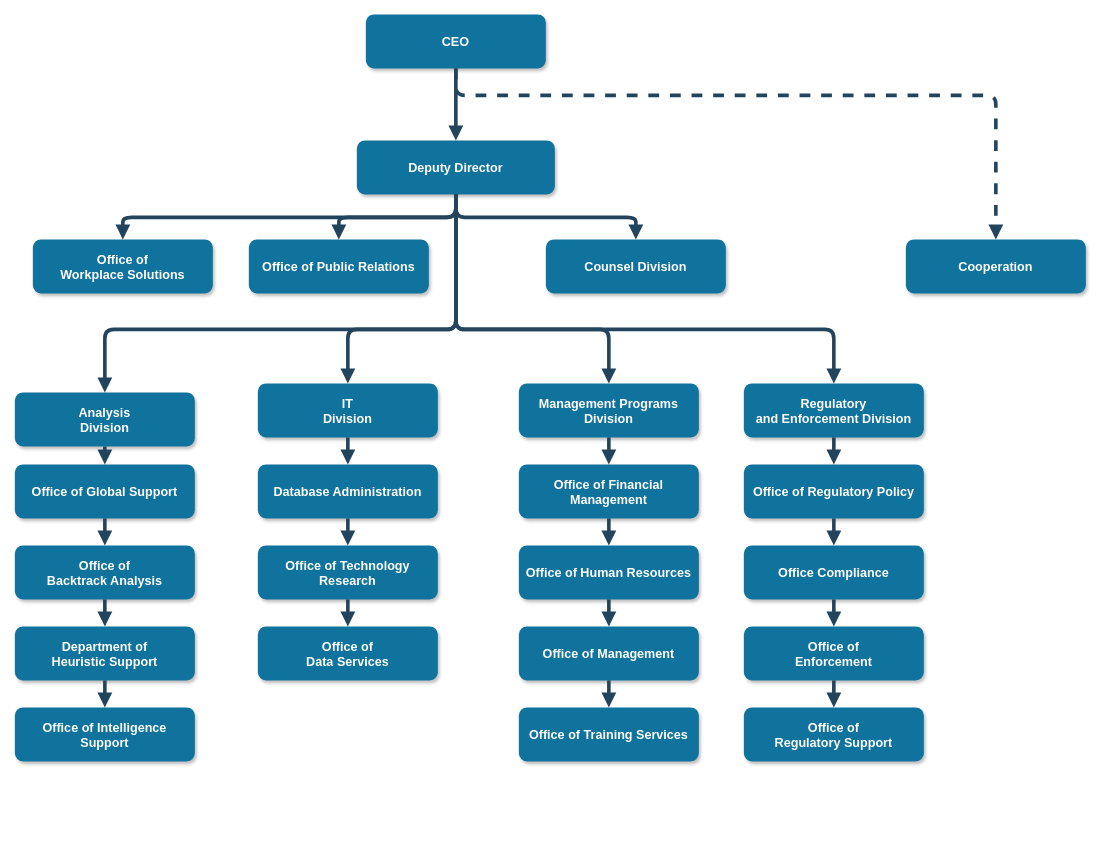
Earlier version of the draw.io diagram Untitled Diagram.drawio (practable/artwork-uoe). Source tidied: cells renumbered, new cells numbered last; positions are measured from the earlier drawing's top-left corner, leaving out a move shared by most shapes. Both pictures are drawn from the tidied source at 90%, with x=0, y=0 at pixel (14, 14).
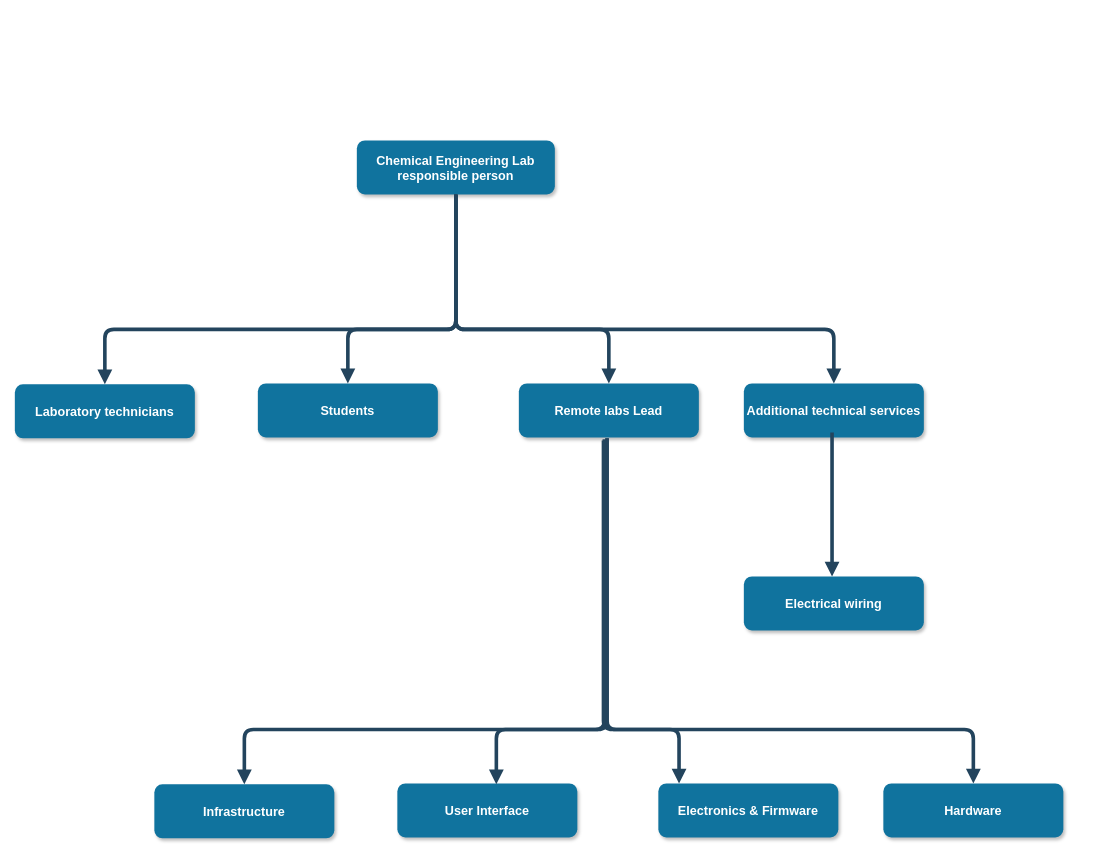
The same page after the edit.

What changed in the source:
```diff
@@
-    <mxCell id="2" value="CEO" style="rounded=1;fillColor=#10739E;strokeColor=none;shadow=1;gradientColor=none;fontStyle=1;fontColor=#FFFFFF;fontSize=14;" parent="1" vertex="1">
-      <mxGeometry x="390" y="-0.5" width="200" height="60" as="geometry" />
-    </mxCell>
-    <mxCell id="3" value="Deputy Director" style="rounded=1;fillColor=#10739E;strokeColor=none;shadow=1;gradientColor=none;fontStyle=1;fontColor=#FFFFFF;fontSize=14;" parent="1" vertex="1">
+    <mxCell id="3" value="Chemical Engineering Lab&#10;responsible person" style="rounded=1;fillColor=#10739E;strokeColor=none;shadow=1;gradientColor=none;fontStyle=1;fontColor=#FFFFFF;fontSize=14;" parent="1" vertex="1">
       <mxGeometry x="380" y="139.5" width="220" height="60" as="geometry" />
     </mxCell>
-    <mxCell id="4" value="Office of &#10;Workplace Solutions" style="rounded=1;fillColor=#10739E;strokeColor=none;shadow=1;gradientColor=none;fontStyle=1;fontColor=#FFFFFF;fontSize=14;" parent="1" vertex="1">
-      <mxGeometry x="20" y="249.5" width="200" height="60" as="geometry" />
-    </mxCell>
-    <mxCell id="5" value="Office of Public Relations" style="rounded=1;fillColor=#10739E;strokeColor=none;shadow=1;gradientColor=none;fontStyle=1;fontColor=#FFFFFF;fontSize=14;" parent="1" vertex="1">
-      <mxGeometry x="260" y="249.5" width="200" height="60" as="geometry" />
-    </mxCell>
-    <mxCell id="6" value="Counsel Division" style="rounded=1;fillColor=#10739E;strokeColor=none;shadow=1;gradientColor=none;fontStyle=1;fontColor=#FFFFFF;fontSize=14;" parent="1" vertex="1">
-      <mxGeometry x="590" y="249.5" width="200" height="60" as="geometry" />
-    </mxCell>
-    <mxCell id="7" value="Cooperation" style="rounded=1;fillColor=#10739E;strokeColor=none;shadow=1;gradientColor=none;fontStyle=1;fontColor=#FFFFFF;fontSize=14;" parent="1" vertex="1">
-      <mxGeometry x="990" y="249.5" width="200" height="60" as="geometry" />
-    </mxCell>
-    <mxCell id="8" value="Analysis &#10;Division" style="rounded=1;fillColor=#10739E;strokeColor=none;shadow=1;gradientColor=none;fontStyle=1;fontColor=#FFFFFF;fontSize=14;" parent="1" vertex="1">
-      <mxGeometry y="419.5" width="200" height="60" as="geometry" />
+    <mxCell id="8" value="Laboratory technicians" style="rounded=1;fillColor=#10739E;strokeColor=none;shadow=1;gradientColor=none;fontStyle=1;fontColor=#FFFFFF;fontSize=14;" parent="1" vertex="1">
+      <mxGeometry y="410.5" width="200" height="60" as="geometry" />
     </mxCell>
-    <mxCell id="9" value="Office of Global Support" style="rounded=1;fillColor=#10739E;strokeColor=none;shadow=1;gradientColor=none;fontStyle=1;fontColor=#FFFFFF;fontSize=14;" parent="1" vertex="1">
-      <mxGeometry y="499.5" width="200" height="60" as="geometry" />
-    </mxCell>
-    <mxCell id="10" value="Office of &#10;Backtrack Analysis" style="rounded=1;fillColor=#10739E;strokeColor=none;shadow=1;gradientColor=none;fontStyle=1;fontColor=#FFFFFF;fontSize=14;" parent="1" vertex="1">
-      <mxGeometry y="589.5" width="200" height="60" as="geometry" />
-    </mxCell>
-    <mxCell id="11" value="Department of &#10;Heuristic Support" style="rounded=1;fillColor=#10739E;strokeColor=none;shadow=1;gradientColor=none;fontStyle=1;fontColor=#FFFFFF;fontSize=14;" parent="1" vertex="1">
-      <mxGeometry y="679.5" width="200" height="60" as="geometry" />
-    </mxCell>
-    <mxCell id="12" value="Office of Intelligence &#10;Support" style="rounded=1;fillColor=#10739E;strokeColor=none;shadow=1;gradientColor=none;fontStyle=1;fontColor=#FFFFFF;fontSize=14;" parent="1" vertex="1">
-      <mxGeometry y="769.5" width="200" height="60" as="geometry" />
-    </mxCell>
-    <mxCell id="13" value="IT&#10;Division" style="rounded=1;fillColor=#10739E;strokeColor=none;shadow=1;gradientColor=none;fontStyle=1;fontColor=#FFFFFF;fontSize=14;" parent="1" vertex="1">
+    <mxCell id="13" value="Students" style="rounded=1;fillColor=#10739E;strokeColor=none;shadow=1;gradientColor=none;fontStyle=1;fontColor=#FFFFFF;fontSize=14;" parent="1" vertex="1">
       <mxGeometry x="270" y="409.5" width="200" height="60" as="geometry" />
     </mxCell>
-    <mxCell id="14" value="Database Administration" style="rounded=1;fillColor=#10739E;strokeColor=none;shadow=1;gradientColor=none;fontStyle=1;fontColor=#FFFFFF;fontSize=14;" parent="1" vertex="1">
-      <mxGeometry x="270" y="499.5" width="200" height="60" as="geometry" />
-    </mxCell>
-    <mxCell id="15" value="Office of Technology &#10;Research" style="rounded=1;fillColor=#10739E;strokeColor=none;shadow=1;gradientColor=none;fontStyle=1;fontColor=#FFFFFF;fontSize=14;" parent="1" vertex="1">
-      <mxGeometry x="270" y="589.5" width="200" height="60" as="geometry" />
-    </mxCell>
-    <mxCell id="16" value="Office of&#10;Data Services" style="rounded=1;fillColor=#10739E;strokeColor=none;shadow=1;gradientColor=none;fontStyle=1;fontColor=#FFFFFF;fontSize=14;" parent="1" vertex="1">
-      <mxGeometry x="270" y="679.5" width="200" height="60" as="geometry" />
-    </mxCell>
-    <mxCell id="17" value="Management Programs &#10;Division" style="rounded=1;fillColor=#10739E;strokeColor=none;shadow=1;gradientColor=none;fontStyle=1;fontColor=#FFFFFF;fontSize=14;" parent="1" vertex="1">
+    <mxCell id="17" value="Remote labs Lead" style="rounded=1;fillColor=#10739E;strokeColor=none;shadow=1;gradientColor=none;fontStyle=1;fontColor=#FFFFFF;fontSize=14;" parent="1" vertex="1">
       <mxGeometry x="560" y="409.5" width="200" height="60" as="geometry" />
     </mxCell>
-    <mxCell id="18" value="Office of Financial &#10;Management" style="rounded=1;fillColor=#10739E;strokeColor=none;shadow=1;gradientColor=none;fontStyle=1;fontColor=#FFFFFF;fontSize=14;" parent="1" vertex="1">
-      <mxGeometry x="560" y="499.5" width="200" height="60" as="geometry" />
-    </mxCell>
-    <mxCell id="19" value="Office of Human Resources" style="rounded=1;fillColor=#10739E;strokeColor=none;shadow=1;gradientColor=none;fontStyle=1;fontColor=#FFFFFF;fontSize=14;" parent="1" vertex="1">
-      <mxGeometry x="560" y="589.5" width="200" height="60" as="geometry" />
-    </mxCell>
-    <mxCell id="20" value="Office of Management " style="rounded=1;fillColor=#10739E;strokeColor=none;shadow=1;gradientColor=none;fontStyle=1;fontColor=#FFFFFF;fontSize=14;" parent="1" vertex="1">
-      <mxGeometry x="560" y="679.5" width="200" height="60" as="geometry" />
-    </mxCell>
-    <mxCell id="21" value="Office of Training Services" style="rounded=1;fillColor=#10739E;strokeColor=none;shadow=1;gradientColor=none;fontStyle=1;fontColor=#FFFFFF;fontSize=14;" parent="1" vertex="1">
-      <mxGeometry x="560" y="769.5" width="200" height="60" as="geometry" />
-    </mxCell>
-    <mxCell id="22" value="Regulatory &#10;and Enforcement Division" style="rounded=1;fillColor=#10739E;strokeColor=none;shadow=1;gradientColor=none;fontStyle=1;fontColor=#FFFFFF;fontSize=14;" parent="1" vertex="1">
+    <mxCell id="22" value="Additional technical services" style="rounded=1;fillColor=#10739E;strokeColor=none;shadow=1;gradientColor=none;fontStyle=1;fontColor=#FFFFFF;fontSize=14;" parent="1" vertex="1">
       <mxGeometry x="810" y="409.5" width="200" height="60" as="geometry" />
     </mxCell>
-    <mxCell id="23" value="Office of Regulatory Policy" style="rounded=1;fillColor=#10739E;strokeColor=none;shadow=1;gradientColor=none;fontStyle=1;fontColor=#FFFFFF;fontSize=14;" parent="1" vertex="1">
-      <mxGeometry x="810" y="499.5" width="200" height="60" as="geometry" />
-    </mxCell>
-    <mxCell id="24" value="Office Compliance" style="rounded=1;fillColor=#10739E;strokeColor=none;shadow=1;gradientColor=none;fontStyle=1;fontColor=#FFFFFF;fontSize=14;" parent="1" vertex="1">
-      <mxGeometry x="810" y="589.5" width="200" height="60" as="geometry" />
-    </mxCell>
-    <mxCell id="25" value="Office of &#10;Enforcement" style="rounded=1;fillColor=#10739E;strokeColor=none;shadow=1;gradientColor=none;fontStyle=1;fontColor=#FFFFFF;fontSize=14;" parent="1" vertex="1">
-      <mxGeometry x="810" y="679.5" width="200" height="60" as="geometry" />
-    </mxCell>
-    <mxCell id="26" value="Office of&#10; Regulatory Support" style="rounded=1;fillColor=#10739E;strokeColor=none;shadow=1;gradientColor=none;fontStyle=1;fontColor=#FFFFFF;fontSize=14;" parent="1" vertex="1">
-      <mxGeometry x="810" y="769.5" width="200" height="60" as="geometry" />
-    </mxCell>
-    <mxCell id="27" style="edgeStyle=elbowEdgeStyle;elbow=vertical;strokeWidth=4;endArrow=block;endFill=1;fontStyle=1;strokeColor=#23445D;" parent="1" edge="1" source="2" target="3">
-      <mxGeometry x="22" y="165.5" as="geometry" />
-    </mxCell>
-    <mxCell id="28" style="edgeStyle=elbowEdgeStyle;elbow=vertical;strokeWidth=4;endArrow=block;endFill=1;fontStyle=1;strokeColor=#23445D;" parent="1" edge="1" source="3" target="5">
-      <mxGeometry x="22" y="165.5" as="geometry" />
-    </mxCell>
-    <mxCell id="29" style="edgeStyle=elbowEdgeStyle;elbow=vertical;strokeWidth=4;endArrow=block;endFill=1;fontStyle=1;strokeColor=#23445D;" parent="1" edge="1" source="3" target="4">
-      <mxGeometry x="22" y="165.5" as="geometry" />
-    </mxCell>
-    <mxCell id="30" style="edgeStyle=elbowEdgeStyle;elbow=vertical;strokeWidth=4;endArrow=block;endFill=1;fontStyle=1;strokeColor=#23445D;" parent="1" edge="1" source="3" target="6">
-      <mxGeometry x="22" y="165.5" as="geometry" />
-    </mxCell>
-    <mxCell id="31" style="edgeStyle=elbowEdgeStyle;elbow=vertical;strokeWidth=4;endArrow=block;endFill=1;fontStyle=1;dashed=1;strokeColor=#23445D;" parent="1" edge="1" source="2" target="7">
-      <mxGeometry x="22" y="165.5" as="geometry">
-        <Array as="points">
-          <mxPoint x="780" y="89.5" />
-        </Array>
-      </mxGeometry>
-    </mxCell>
@@
-    <mxCell id="34" style="edgeStyle=elbowEdgeStyle;elbow=vertical;strokeWidth=4;endArrow=block;endFill=1;fontStyle=1;strokeColor=#23445D;" parent="1" edge="1" source="8" target="9">
-      <mxGeometry x="62" y="165.5" as="geometry" />
-    </mxCell>
-    <mxCell id="35" style="edgeStyle=elbowEdgeStyle;elbow=vertical;strokeWidth=4;endArrow=block;endFill=1;fontStyle=1;strokeColor=#23445D;" parent="1" edge="1" source="9" target="10">
-      <mxGeometry x="62" y="175.5" as="geometry" />
-    </mxCell>
-    <mxCell id="36" style="edgeStyle=elbowEdgeStyle;elbow=vertical;strokeWidth=4;endArrow=block;endFill=1;fontStyle=1;strokeColor=#23445D;" parent="1" edge="1" source="10" target="11">
-      <mxGeometry x="62" y="185.5" as="geometry" />
-    </mxCell>
-    <mxCell id="37" style="edgeStyle=elbowEdgeStyle;elbow=vertical;strokeWidth=4;endArrow=block;endFill=1;fontStyle=1;strokeColor=#23445D;" parent="1" edge="1" source="11" target="12">
-      <mxGeometry x="62" y="195.5" as="geometry" />
-    </mxCell>
-    <mxCell id="38" style="edgeStyle=elbowEdgeStyle;elbow=vertical;strokeWidth=4;endArrow=block;endFill=1;fontStyle=1;strokeColor=#23445D;" parent="1" edge="1" source="13" target="14">
-      <mxGeometry x="62" y="165.5" as="geometry" />
-    </mxCell>
-    <mxCell id="39" style="edgeStyle=elbowEdgeStyle;elbow=vertical;strokeWidth=4;endArrow=block;endFill=1;fontStyle=1;strokeColor=#23445D;" parent="1" edge="1" source="14" target="15">
-      <mxGeometry x="62" y="175.5" as="geometry" />
-    </mxCell>
-    <mxCell id="40" style="edgeStyle=elbowEdgeStyle;elbow=vertical;strokeWidth=4;endArrow=block;endFill=1;fontStyle=1;strokeColor=#23445D;" parent="1" edge="1" source="15" target="16">
-      <mxGeometry x="62" y="185.5" as="geometry" />
-    </mxCell>
-    <mxCell id="41" style="edgeStyle=elbowEdgeStyle;elbow=vertical;strokeWidth=4;endArrow=block;endFill=1;fontStyle=1;strokeColor=#23445D;" parent="1" edge="1" source="17" target="18">
-      <mxGeometry x="72" y="165.5" as="geometry" />
-    </mxCell>
-    <mxCell id="42" style="edgeStyle=elbowEdgeStyle;elbow=vertical;strokeWidth=4;endArrow=block;endFill=1;fontStyle=1;strokeColor=#23445D;" parent="1" edge="1" source="18" target="19">
-      <mxGeometry x="72" y="175.5" as="geometry" />
-    </mxCell>
-    <mxCell id="43" style="edgeStyle=elbowEdgeStyle;elbow=vertical;strokeWidth=4;endArrow=block;endFill=1;fontStyle=1;strokeColor=#23445D;" parent="1" edge="1" source="19" target="20">
-      <mxGeometry x="72" y="185.5" as="geometry" />
-    </mxCell>
-    <mxCell id="44" style="edgeStyle=elbowEdgeStyle;elbow=vertical;strokeWidth=4;endArrow=block;endFill=1;fontStyle=1;strokeColor=#23445D;" parent="1" edge="1" source="20" target="21">
-      <mxGeometry x="72" y="195.5" as="geometry" />
-    </mxCell>
-    <mxCell id="45" style="edgeStyle=elbowEdgeStyle;elbow=vertical;strokeWidth=4;endArrow=block;endFill=1;fontStyle=1;strokeColor=#23445D;" parent="1" edge="1" source="22" target="23">
-      <mxGeometry x="72" y="165.5" as="geometry" />
-    </mxCell>
-    <mxCell id="46" style="edgeStyle=elbowEdgeStyle;elbow=vertical;strokeWidth=4;endArrow=block;endFill=1;fontStyle=1;strokeColor=#23445D;" parent="1" edge="1" source="23" target="24">
-      <mxGeometry x="72" y="175.5" as="geometry" />
-    </mxCell>
-    <mxCell id="47" style="edgeStyle=elbowEdgeStyle;elbow=vertical;strokeWidth=4;endArrow=block;endFill=1;fontStyle=1;strokeColor=#23445D;" parent="1" edge="1" source="24" target="25">
-      <mxGeometry x="72" y="185.5" as="geometry" />
-    </mxCell>
-    <mxCell id="48" style="edgeStyle=elbowEdgeStyle;elbow=vertical;strokeWidth=4;endArrow=block;endFill=1;fontStyle=1;strokeColor=#23445D;" parent="1" edge="1" source="25" target="26">
-      <mxGeometry x="72" y="195.5" as="geometry" />
-    </mxCell>
@@
+    <mxCell id="51" value="Infrastructure" style="rounded=1;fillColor=#10739E;strokeColor=none;shadow=1;gradientColor=none;fontStyle=1;fontColor=#FFFFFF;fontSize=14;" parent="1" vertex="1">
+      <mxGeometry x="155" y="855" width="200" height="60" as="geometry" />
+    </mxCell>
+    <mxCell id="52" value="User Interface" style="rounded=1;fillColor=#10739E;strokeColor=none;shadow=1;gradientColor=none;fontStyle=1;fontColor=#FFFFFF;fontSize=14;" parent="1" vertex="1">
+      <mxGeometry x="425" y="854" width="200" height="60" as="geometry" />
+    </mxCell>
+    <mxCell id="53" value="Electronics &amp; Firmware" style="rounded=1;fillColor=#10739E;strokeColor=none;shadow=1;gradientColor=none;fontStyle=1;fontColor=#FFFFFF;fontSize=14;" parent="1" vertex="1">
+      <mxGeometry x="715" y="854" width="200" height="60" as="geometry" />
+    </mxCell>
+    <mxCell id="54" value="Hardware" style="rounded=1;fillColor=#10739E;strokeColor=none;shadow=1;gradientColor=none;fontStyle=1;fontColor=#FFFFFF;fontSize=14;" parent="1" vertex="1">
+      <mxGeometry x="965" y="854" width="200" height="60" as="geometry" />
+    </mxCell>
+    <mxCell id="55" style="edgeStyle=elbowEdgeStyle;elbow=vertical;strokeWidth=4;endArrow=block;endFill=1;fontStyle=1;strokeColor=#23445D;" parent="1" edge="1" target="51">
+      <mxGeometry x="22" y="165.5" as="geometry">
+        <mxPoint x="658" y="470.5" as="sourcePoint" />
+        <Array as="points">
+          <mxPoint x="448" y="794" />
+        </Array>
+      </mxGeometry>
+    </mxCell>
+    <mxCell id="56" style="edgeStyle=elbowEdgeStyle;elbow=vertical;strokeWidth=4;endArrow=block;endFill=1;fontStyle=1;strokeColor=#23445D;" parent="1" edge="1" target="54">
+      <mxGeometry x="22" y="165.5" as="geometry">
+        <mxPoint x="658" y="470.5" as="sourcePoint" />
+        <Array as="points">
+          <mxPoint x="848" y="794" />
+        </Array>
+      </mxGeometry>
+    </mxCell>
+    <mxCell id="57" style="edgeStyle=elbowEdgeStyle;elbow=vertical;strokeWidth=4;endArrow=block;endFill=1;fontStyle=1;strokeColor=#23445D;" parent="1" edge="1">
+      <mxGeometry x="22" y="165.5" as="geometry">
+        <mxPoint x="655" y="471.5" as="sourcePoint" />
+        <mxPoint x="535" y="855" as="targetPoint" />
+        <Array as="points">
+          <mxPoint x="588" y="794" />
+        </Array>
+      </mxGeometry>
+    </mxCell>
+    <mxCell id="58" style="edgeStyle=elbowEdgeStyle;elbow=vertical;strokeWidth=4;endArrow=block;endFill=1;fontStyle=1;strokeColor=#23445D;exitX=0.47;exitY=1.058;exitDx=0;exitDy=0;exitPerimeter=0;" parent="1" edge="1" source="17" target="53">
+      <mxGeometry x="22" y="165.5" as="geometry">
+        <Array as="points">
+          <mxPoint x="738" y="794" />
+        </Array>
+      </mxGeometry>
+    </mxCell>
+    <mxCell id="59" style="edgeStyle=elbowEdgeStyle;elbow=vertical;strokeWidth=4;endArrow=block;endFill=1;fontStyle=1;strokeColor=#23445D;" parent="1" edge="1">
+      <mxGeometry x="22" y="165.5" as="geometry">
+        <mxPoint x="908" y="464" as="sourcePoint" />
+        <mxPoint x="908" y="624" as="targetPoint" />
+        <Array as="points">
+          <mxPoint x="1078" y="613.5" />
+        </Array>
+      </mxGeometry>
+    </mxCell>
+    <mxCell id="60" value="Electrical wiring" style="rounded=1;fillColor=#10739E;strokeColor=none;shadow=1;gradientColor=none;fontStyle=1;fontColor=#FFFFFF;fontSize=14;" parent="1" vertex="1">
+      <mxGeometry x="810" y="624" width="200" height="60" as="geometry" />
+    </mxCell>
```
